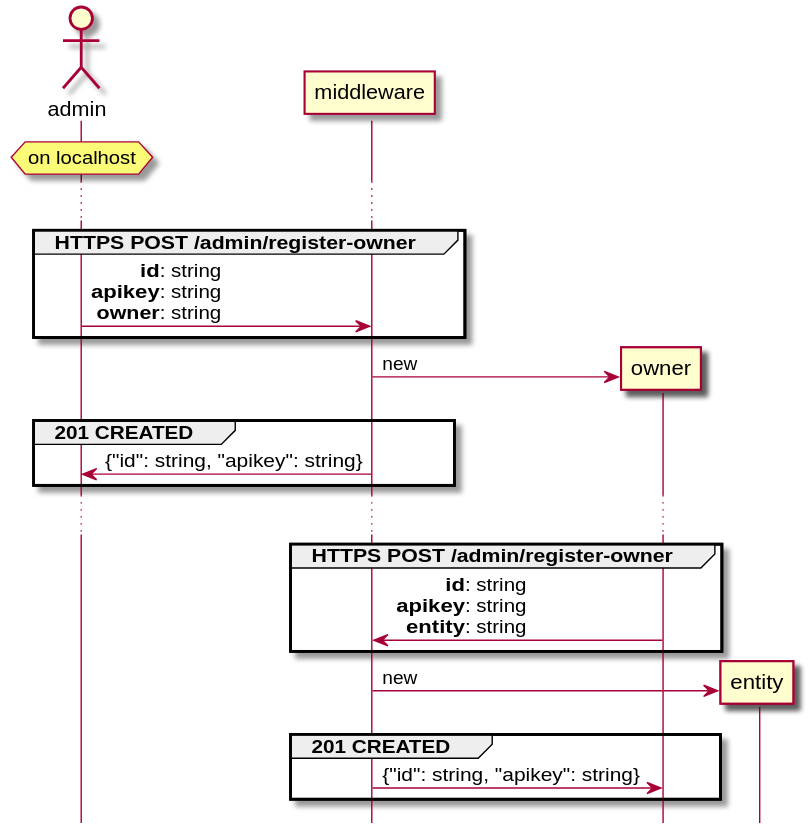
Before: DOCS/register.svg, a diagram exported from PlantUML (rbccps-iisc/corinthian).
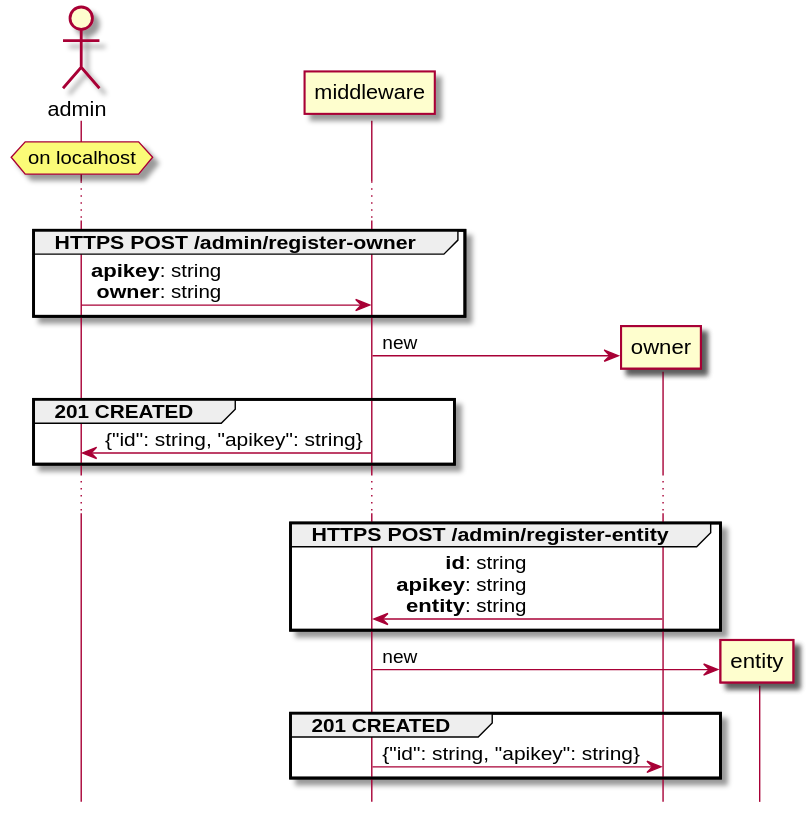
Above is the later version.

The edit, as a diff of the source:
```diff
@@ -6,7 +6,7 @@
 ...
 
 group HTTPS POST /admin/register-owner
-admin -> middleware: **id**: string\r**apikey**: string\r**owner**: string
+admin -> middleware: **apikey**: string\r**owner**: string
 end
 
 create owner
@@ -18,7 +18,7 @@
 
 ...
 
-group HTTPS POST /admin/register-owner
+group HTTPS POST /admin/register-entity
 
 owner -> middleware: **id**: string\r**apikey**: string\r**entity**: string
 
```
